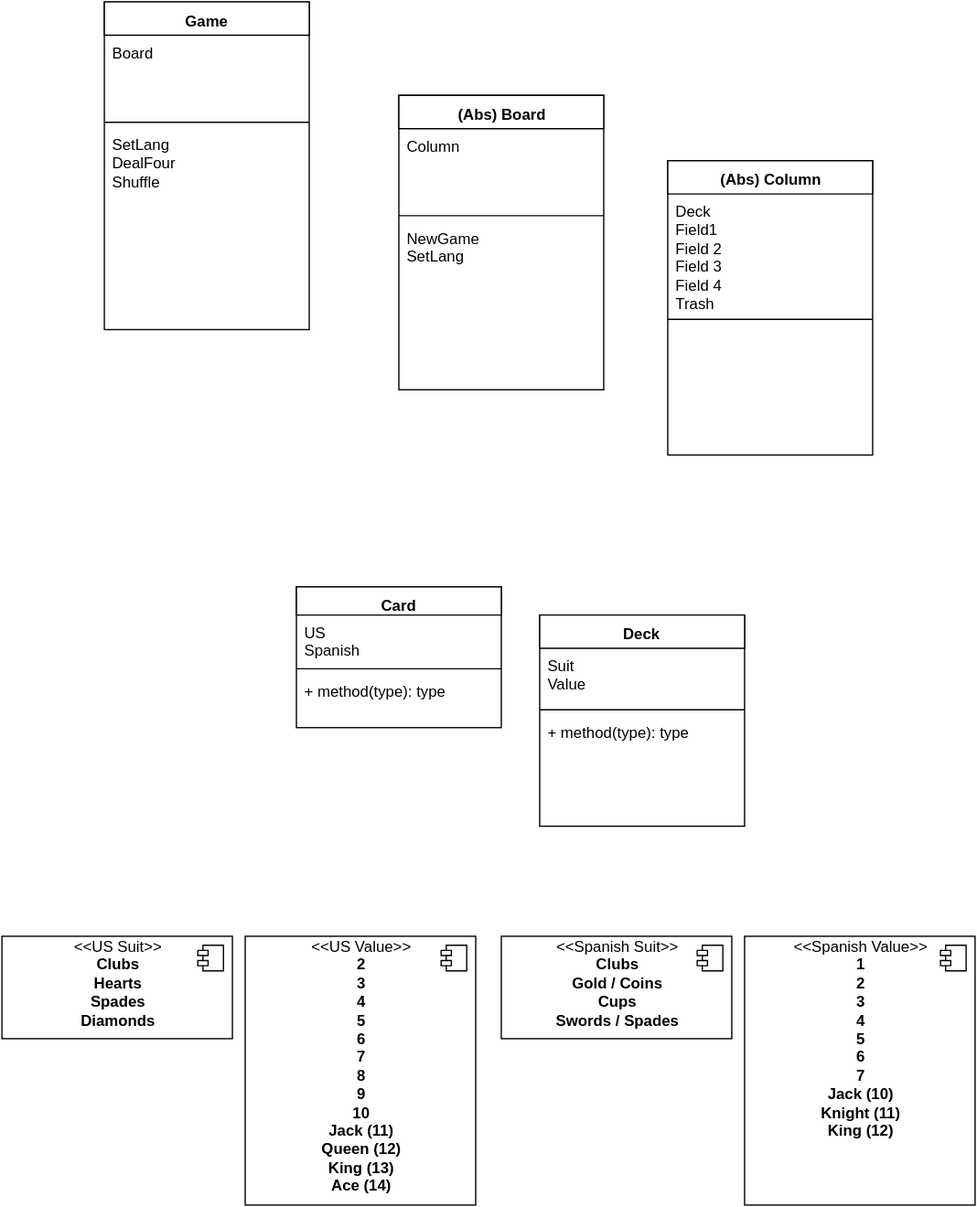
This is UML/UML-AcesUp-Proposed.svg from cs361-W16/Group17-2, a draw.io export, as it was before one commit. Source tidied: cells renumbered, new cells last; positions are measured from the earlier drawing's top-left corner, leaving out a move shared by most shapes.
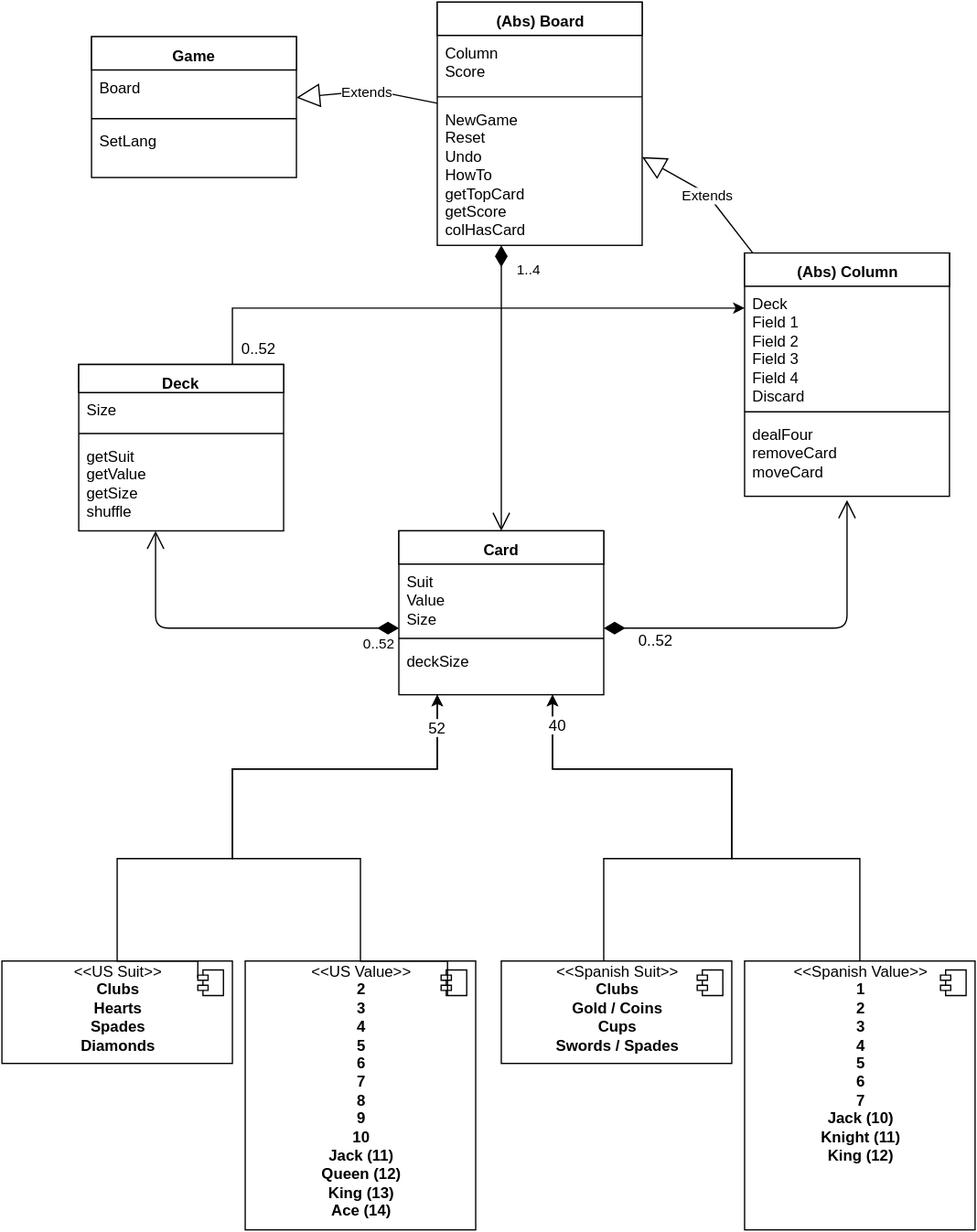
The same diagram one commit later.

Commit message:
I might've went a bit OCD on this.

Change to the diagram source:
```diff
@@ -3,40 +3,52 @@
     <mxCell id="0" />
     <mxCell id="1" parent="0" />
     <mxCell id="2" value="Game" style="swimlane;html=1;fontStyle=1;align=center;verticalAlign=top;horizontal=1;startSize=26;swimlaneFillColor=#ffffff;" parent="1" vertex="1">
-      <mxGeometry x="80" width="160" height="256" as="geometry" />
+      <mxGeometry x="70" y="8" width="160" height="110" as="geometry" />
     </mxCell>
     <mxCell id="3" value="Board" style="text;html=1;strokeColor=none;fillColor=none;align=left;verticalAlign=top;spacingLeft=4;spacingRight=4;whiteSpace=wrap;overflow=hidden;" parent="2" vertex="1">
-      <mxGeometry y="26" width="160" height="64" as="geometry" />
+      <mxGeometry y="26" width="160" height="34" as="geometry" />
     </mxCell>
     <mxCell id="4" style="line;html=1;strokeWidth=1;fillColor=none;align=left;verticalAlign=middle;spacingTop=-1;spacingLeft=3;spacingRight=3;labelPosition=right;" parent="2" vertex="1">
-      <mxGeometry y="90" width="160" height="8" as="geometry" />
+      <mxGeometry y="60" width="160" height="8" as="geometry" />
     </mxCell>
-    <mxCell id="5" value="&lt;div&gt;&lt;span style=&quot;line-height: 1.2&quot;&gt;SetLang&lt;/span&gt;&lt;br&gt;&lt;/div&gt;&lt;div&gt;DealFour&lt;/div&gt;&lt;div&gt;Shuffle&lt;/div&gt;&lt;div&gt;&lt;br&gt;&lt;/div&gt;" style="text;html=1;strokeColor=none;fillColor=none;align=left;verticalAlign=top;spacingLeft=4;spacingRight=4;whiteSpace=wrap;overflow=hidden;" parent="2" vertex="1">
-      <mxGeometry y="98" width="160" height="152" as="geometry" />
+    <mxCell id="5" value="&lt;div&gt;&lt;span style=&quot;line-height: 1.2&quot;&gt;SetLang&lt;/span&gt;&lt;/div&gt;&lt;div&gt;&lt;br&gt;&lt;/div&gt;" style="text;html=1;strokeColor=none;fillColor=none;align=left;verticalAlign=top;spacingLeft=4;spacingRight=4;whiteSpace=wrap;overflow=hidden;" parent="2" vertex="1">
+      <mxGeometry y="68" width="160" height="42" as="geometry" />
     </mxCell>
+    <mxCell id="30" style="edgeStyle=orthogonalEdgeStyle;rounded=0;html=1;exitX=0.75;exitY=0;jettySize=auto;" parent="1" edge="1" source="6" target="26">
+      <mxGeometry relative="1" as="geometry">
+        <Array as="points">
+          <mxPoint x="180" y="220" />
+        </Array>
+      </mxGeometry>
+    </mxCell>
+    <mxCell id="31" value="0..52" style="text;html=1;align=center;verticalAlign=middle;labelBackgroundColor=#ffffff;" parent="30" vertex="1">
+      <mxGeometry x="-0.95" relative="1" as="geometry">
+        <mxPoint x="20" y="-3" as="offset" />
+      </mxGeometry>
+    </mxCell>
-    <mxCell id="6" value="Card" style="swimlane;html=1;fontStyle=1;align=center;verticalAlign=top;horizontal=1;startSize=22;swimlaneFillColor=#ffffff;" parent="1" vertex="1">
-      <mxGeometry x="230" y="457" width="160" height="110" as="geometry" />
+    <mxCell id="6" value="Deck" style="swimlane;html=1;fontStyle=1;align=center;verticalAlign=top;horizontal=1;startSize=22;swimlaneFillColor=#ffffff;" parent="1" vertex="1">
+      <mxGeometry x="60" y="264" width="160" height="130" as="geometry" />
     </mxCell>
-    <mxCell id="7" value="US&lt;div&gt;Spanish&lt;/div&gt;" style="text;html=1;strokeColor=none;fillColor=none;align=left;verticalAlign=top;spacingLeft=4;spacingRight=4;whiteSpace=wrap;overflow=hidden;" parent="6" vertex="1">
-      <mxGeometry y="22" width="160" height="38" as="geometry" />
+    <mxCell id="7" value="Size" style="text;html=1;strokeColor=none;fillColor=none;align=left;verticalAlign=top;spacingLeft=4;spacingRight=4;whiteSpace=wrap;overflow=hidden;" parent="6" vertex="1">
+      <mxGeometry y="22" width="160" height="28" as="geometry" />
     </mxCell>
     <mxCell id="8" style="line;html=1;strokeWidth=1;fillColor=none;align=left;verticalAlign=middle;spacingTop=-1;spacingLeft=3;spacingRight=3;labelPosition=right;" parent="6" vertex="1">
-      <mxGeometry y="60" width="160" height="8" as="geometry" />
+      <mxGeometry y="50" width="160" height="8" as="geometry" />
     </mxCell>
-    <mxCell id="9" value="+ method(type): type" style="text;html=1;strokeColor=none;fillColor=none;align=left;verticalAlign=top;spacingLeft=4;spacingRight=4;whiteSpace=wrap;overflow=hidden;" parent="6" vertex="1">
-      <mxGeometry y="68" width="160" height="20" as="geometry" />
+    <mxCell id="9" value="getSuit&lt;div&gt;getValue&lt;/div&gt;&lt;div&gt;getSize&lt;/div&gt;&lt;div&gt;shuffle&lt;/div&gt;" style="text;html=1;strokeColor=none;fillColor=none;align=left;verticalAlign=top;spacingLeft=4;spacingRight=4;whiteSpace=wrap;overflow=hidden;" parent="6" vertex="1">
+      <mxGeometry y="58" width="160" height="72" as="geometry" />
     </mxCell>
-    <mxCell id="10" value="Deck&lt;br&gt;&lt;br&gt;" style="swimlane;html=1;fontStyle=1;align=center;verticalAlign=top;horizontal=1;startSize=26;swimlaneFillColor=#ffffff;" parent="1" vertex="1">
-      <mxGeometry x="420" y="479" width="160" height="165" as="geometry" />
+    <mxCell id="10" value="Card" style="swimlane;html=1;fontStyle=1;align=center;verticalAlign=top;horizontal=1;startSize=26;swimlaneFillColor=#ffffff;" parent="1" vertex="1">
+      <mxGeometry x="310" y="394" width="160" height="128" as="geometry" />
     </mxCell>
-    <mxCell id="11" value="Suit&lt;div&gt;Value&lt;/div&gt;" style="text;html=1;strokeColor=none;fillColor=none;align=left;verticalAlign=top;spacingLeft=4;spacingRight=4;whiteSpace=wrap;overflow=hidden;points=[[0,0.5],[1,0.5]];portConstraint=eastwest;" parent="10" vertex="1">
-      <mxGeometry y="26" width="160" height="44" as="geometry" />
+    <mxCell id="11" value="Suit&lt;div&gt;Value&lt;/div&gt;&lt;div&gt;Size&lt;/div&gt;" style="text;html=1;strokeColor=none;fillColor=none;align=left;verticalAlign=top;spacingLeft=4;spacingRight=4;whiteSpace=wrap;overflow=hidden;points=[[0,0.5],[1,0.5]];portConstraint=eastwest;" parent="10" vertex="1">
+      <mxGeometry y="26" width="160" height="54" as="geometry" />
     </mxCell>
     <mxCell id="12" style="line;html=1;strokeWidth=1;fillColor=none;align=left;verticalAlign=middle;spacingTop=-1;spacingLeft=3;spacingRight=3;labelPosition=right;" parent="10" vertex="1">
-      <mxGeometry y="70" width="160" height="8" as="geometry" />
+      <mxGeometry y="80" width="160" height="8" as="geometry" />
     </mxCell>
-    <mxCell id="13" value="+ method(type): type" style="text;html=1;strokeColor=none;fillColor=none;align=left;verticalAlign=top;spacingLeft=4;spacingRight=4;whiteSpace=wrap;overflow=hidden;" parent="10" vertex="1">
-      <mxGeometry y="78" width="160" height="26" as="geometry" />
+    <mxCell id="13" value="deckSize" style="text;html=1;strokeColor=none;fillColor=none;align=left;verticalAlign=top;spacingLeft=4;spacingRight=4;whiteSpace=wrap;overflow=hidden;" parent="10" vertex="1">
+      <mxGeometry y="88" width="160" height="40" as="geometry" />
     </mxCell>
     <mxCell id="14" value="&amp;lt;&amp;lt;US Suit&amp;gt;&amp;gt;&lt;div&gt;&lt;b&gt;Clubs&lt;/b&gt;&lt;/div&gt;&lt;div&gt;&lt;b&gt;Hearts&lt;/b&gt;&lt;/div&gt;&lt;div&gt;&lt;b&gt;Spades&lt;/b&gt;&lt;/div&gt;&lt;div&gt;&lt;b&gt;Diamonds&lt;/b&gt;&lt;/div&gt;" style="overflow=fill;html=1;" parent="1" vertex="1">
       <mxGeometry y="730" width="180" height="80" as="geometry" />
@@ -55,17 +67,28 @@
       </mxGeometry>
     </mxCell>
     <mxCell id="18" value="(Abs) Board" style="swimlane;html=1;fontStyle=1;align=center;verticalAlign=top;horizontal=1;startSize=26;swimlaneFillColor=#ffffff;" parent="1" vertex="1">
-      <mxGeometry x="310" y="73" width="160" height="230" as="geometry" />
+      <mxGeometry x="340" y="-19" width="160" height="190" as="geometry" />
     </mxCell>
-    <mxCell id="19" value="&lt;div&gt;Column&lt;/div&gt;" style="text;html=1;strokeColor=none;fillColor=none;align=left;verticalAlign=top;spacingLeft=4;spacingRight=4;whiteSpace=wrap;overflow=hidden;" parent="18" vertex="1">
-      <mxGeometry y="26" width="160" height="64" as="geometry" />
+    <mxCell id="19" value="&lt;div&gt;Column&lt;/div&gt;&lt;div&gt;Score&lt;/div&gt;" style="text;html=1;strokeColor=none;fillColor=none;align=left;verticalAlign=top;spacingLeft=4;spacingRight=4;whiteSpace=wrap;overflow=hidden;" parent="18" vertex="1">
+      <mxGeometry y="26" width="160" height="44" as="geometry" />
     </mxCell>
     <mxCell id="20" style="line;html=1;strokeWidth=1;fillColor=none;align=left;verticalAlign=middle;spacingTop=-1;spacingLeft=3;spacingRight=3;labelPosition=right;" parent="18" vertex="1">
-      <mxGeometry y="90" width="160" height="8" as="geometry" />
+      <mxGeometry y="70" width="160" height="8" as="geometry" />
     </mxCell>
-    <mxCell id="21" value="&lt;span&gt;NewGame&lt;/span&gt;&lt;div&gt;&lt;span&gt;SetLang&lt;/span&gt;&lt;/div&gt;&lt;div&gt;&lt;br&gt;&lt;/div&gt;" style="text;html=1;strokeColor=none;fillColor=none;align=left;verticalAlign=top;spacingLeft=4;spacingRight=4;whiteSpace=wrap;overflow=hidden;points=[[0,0.5],[1,0.5]];portConstraint=eastwest;" parent="18" vertex="1">
-      <mxGeometry y="98" width="160" height="132" as="geometry" />
+    <mxCell id="21" value="&lt;span&gt;NewGame&lt;/span&gt;&lt;div&gt;&lt;div&gt;&lt;span style=&quot;line-height: 1.2&quot;&gt;Reset&lt;/span&gt;&lt;br&gt;&lt;/div&gt;&lt;div&gt;Undo&lt;/div&gt;&lt;/div&gt;&lt;div&gt;HowTo&lt;/div&gt;&lt;div&gt;&lt;div&gt;getTopCard&lt;/div&gt;&lt;/div&gt;&lt;div&gt;getScore&lt;/div&gt;&lt;div&gt;colHasCard&lt;/div&gt;" style="text;html=1;strokeColor=none;fillColor=none;align=left;verticalAlign=top;spacingLeft=4;spacingRight=4;whiteSpace=wrap;overflow=hidden;points=[[0,0.5],[1,0.5]];portConstraint=eastwest;" parent="18" vertex="1">
+      <mxGeometry y="78" width="160" height="112" as="geometry" />
     </mxCell>
+    <mxCell id="32" style="edgeStyle=orthogonalEdgeStyle;rounded=0;html=1;exitX=0;exitY=0.7;jettySize=auto;" parent="1" edge="1" source="23" target="10">
+      <mxGeometry relative="1" as="geometry">
+        <Array as="points">
+          <mxPoint x="470" y="751" />
+          <mxPoint x="470" y="650" />
+          <mxPoint x="570" y="650" />
+          <mxPoint x="570" y="580" />
+          <mxPoint x="430" y="580" />
+        </Array>
+      </mxGeometry>
+    </mxCell>
     <mxCell id="22" value="&amp;lt;&amp;lt;Spanish Suit&amp;gt;&amp;gt;&lt;div&gt;&lt;b&gt;Clubs&lt;/b&gt;&lt;/div&gt;&lt;div&gt;&lt;b&gt;Gold / Coins&lt;/b&gt;&lt;/div&gt;&lt;div&gt;&lt;b&gt;Cups&lt;/b&gt;&lt;/div&gt;&lt;div&gt;&lt;b&gt;Swords / Spades&lt;/b&gt;&lt;/div&gt;" style="overflow=fill;html=1;" parent="1" vertex="1">
       <mxGeometry x="390" y="730" width="180" height="80" as="geometry" />
     </mxCell>
@@ -74,6 +97,20 @@
         <mxPoint x="-27" y="7" as="offset" />
       </mxGeometry>
     </mxCell>
+    <mxCell id="33" style="edgeStyle=orthogonalEdgeStyle;rounded=0;html=1;exitX=0;exitY=0.7;jettySize=auto;" parent="1" edge="1" source="25" target="10">
+      <mxGeometry relative="1" as="geometry">
+        <Array as="points">
+          <mxPoint x="670" y="751" />
+          <mxPoint x="670" y="650" />
+          <mxPoint x="570" y="650" />
+          <mxPoint x="570" y="580" />
+          <mxPoint x="430" y="580" />
+        </Array>
+      </mxGeometry>
+    </mxCell>
+    <mxCell id="34" value="40" style="text;html=1;align=center;verticalAlign=middle;labelBackgroundColor=#ffffff;" parent="33" vertex="1">
+      <mxGeometry x="0.92" y="-3" relative="1" as="geometry" />
+    </mxCell>
     <mxCell id="24" value="&amp;lt;&amp;lt;Spanish Value&amp;gt;&amp;gt;&lt;div&gt;&lt;b&gt;1&lt;/b&gt;&lt;/div&gt;&lt;div&gt;&lt;b&gt;2&lt;/b&gt;&lt;/div&gt;&lt;div&gt;&lt;b&gt;3&lt;/b&gt;&lt;/div&gt;&lt;div&gt;&lt;b&gt;4&lt;/b&gt;&lt;/div&gt;&lt;div&gt;&lt;b&gt;5&lt;/b&gt;&lt;/div&gt;&lt;div&gt;&lt;b&gt;6&lt;/b&gt;&lt;/div&gt;&lt;div&gt;&lt;b&gt;7&lt;/b&gt;&lt;/div&gt;&lt;div&gt;&lt;b&gt;Jack (10)&lt;/b&gt;&lt;/div&gt;&lt;div&gt;&lt;b&gt;Knight (11)&lt;/b&gt;&lt;/div&gt;&lt;div&gt;&lt;b&gt;King (12)&lt;/b&gt;&lt;/div&gt;" style="overflow=fill;html=1;" parent="1" vertex="1">
       <mxGeometry x="580" y="730" width="180" height="210" as="geometry" />
     </mxCell>
@@ -83,16 +120,88 @@
       </mxGeometry>
     </mxCell>
     <mxCell id="26" value="(Abs) Column" style="swimlane;html=1;fontStyle=1;align=center;verticalAlign=top;horizontal=1;startSize=26;swimlaneFillColor=#ffffff;" parent="1" vertex="1">
-      <mxGeometry x="520" y="124" width="160" height="230" as="geometry" />
+      <mxGeometry x="580" y="177" width="160" height="190" as="geometry" />
     </mxCell>
-    <mxCell id="27" value="&lt;div&gt;Deck&lt;/div&gt;&lt;div&gt;Field1&lt;/div&gt;&lt;div&gt;Field 2&lt;/div&gt;&lt;div&gt;Field 3&lt;/div&gt;&lt;div&gt;Field 4&lt;/div&gt;&lt;div&gt;Trash&lt;/div&gt;" style="text;html=1;strokeColor=none;fillColor=none;align=left;verticalAlign=top;spacingLeft=4;spacingRight=4;whiteSpace=wrap;overflow=hidden;" parent="26" vertex="1">
+    <mxCell id="27" value="&lt;div&gt;Deck&lt;/div&gt;&lt;div&gt;Field 1&lt;/div&gt;&lt;div&gt;Field 2&lt;/div&gt;&lt;div&gt;Field 3&lt;/div&gt;&lt;div&gt;Field 4&lt;/div&gt;&lt;div&gt;Discard&lt;/div&gt;" style="text;html=1;strokeColor=none;fillColor=none;align=left;verticalAlign=top;spacingLeft=4;spacingRight=4;whiteSpace=wrap;overflow=hidden;" parent="26" vertex="1">
       <mxGeometry y="26" width="160" height="94" as="geometry" />
     </mxCell>
     <mxCell id="28" style="line;html=1;strokeWidth=1;fillColor=none;align=left;verticalAlign=middle;spacingTop=-1;spacingLeft=3;spacingRight=3;labelPosition=right;" parent="26" vertex="1">
       <mxGeometry y="120" width="160" height="8" as="geometry" />
     </mxCell>
-    <mxCell id="29" value="&lt;div&gt;&lt;br&gt;&lt;/div&gt;&lt;div&gt;&lt;br&gt;&lt;/div&gt;" style="text;html=1;strokeColor=none;fillColor=none;align=left;verticalAlign=top;spacingLeft=4;spacingRight=4;whiteSpace=wrap;overflow=hidden;" parent="26" vertex="1">
-      <mxGeometry y="128" width="160" height="102" as="geometry" />
+    <mxCell id="29" value="&lt;div&gt;dealFour&lt;/div&gt;&lt;div&gt;&lt;span&gt;removeCard&lt;/span&gt;&lt;br&gt;&lt;/div&gt;&lt;div&gt;&lt;span&gt;moveCard&lt;/span&gt;&lt;/div&gt;&lt;div&gt;&lt;br&gt;&lt;/div&gt;" style="text;html=1;strokeColor=none;fillColor=none;align=left;verticalAlign=top;spacingLeft=4;spacingRight=4;whiteSpace=wrap;overflow=hidden;" parent="26" vertex="1">
+      <mxGeometry y="128" width="160" height="62" as="geometry" />
     </mxCell>
+    <mxCell id="35" value="Extends" style="endArrow=block;endSize=16;endFill=0;html=1;" parent="1" edge="1" source="18" target="2">
+      <mxGeometry relative="1" as="geometry">
+        <Array as="points">
+          <mxPoint x="290" y="50" />
+        </Array>
+      </mxGeometry>
+    </mxCell>
+    <mxCell id="36" value="Extends" style="endArrow=block;endSize=16;endFill=0;html=1;entryX=1;entryY=0.384;entryPerimeter=0;" parent="1" edge="1" source="26" target="21">
+      <mxGeometry relative="1" as="geometry">
+        <Array as="points">
+          <mxPoint x="550" y="130" />
+        </Array>
+      </mxGeometry>
+    </mxCell>
+    <mxCell id="37" style="group;" parent="1" vertex="1">
+      <mxGeometry x="90" y="580" width="263" height="150" as="geometry" />
+    </mxCell>
+    <mxCell id="38" style="edgeStyle=orthogonalEdgeStyle;rounded=0;html=1;exitX=0;exitY=0.3;jettySize=auto;" parent="37" edge="1" source="15" target="10">
+      <mxGeometry relative="1" as="geometry">
+        <Array as="points">
+          <mxPoint x="63" y="150" />
+          <mxPoint y="150" />
+          <mxPoint y="70" />
+          <mxPoint x="90" y="70" />
+          <mxPoint x="90" />
+          <mxPoint x="250" />
+        </Array>
+      </mxGeometry>
+    </mxCell>
+    <mxCell id="39" style="edgeStyle=orthogonalEdgeStyle;rounded=0;html=1;exitX=0.25;exitY=1;jettySize=auto;" parent="37" edge="1" source="17" target="10">
+      <mxGeometry relative="1" as="geometry">
+        <Array as="points">
+          <mxPoint x="258" y="150" />
+          <mxPoint x="190" y="150" />
+          <mxPoint x="190" y="70" />
+          <mxPoint x="90" y="70" />
+          <mxPoint x="90" />
+          <mxPoint x="250" />
+        </Array>
+      </mxGeometry>
+    </mxCell>
+    <mxCell id="40" value="52" style="text;html=1;align=center;verticalAlign=middle;labelBackgroundColor=#ffffff;" parent="39" vertex="1">
+      <mxGeometry x="0.91" y="1" relative="1" as="geometry" />
+    </mxCell>
+    <mxCell id="41" value="0..52" style="endArrow=open;html=1;endSize=12;startArrow=diamondThin;startSize=14;startFill=1;edgeStyle=orthogonalEdgeStyle;align=left;verticalAlign=bottom;" parent="1" edge="1" source="10" target="6">
+      <mxGeometry x="-0.77" y="20" relative="1" as="geometry">
+        <Array as="points">
+          <mxPoint x="120" y="470" />
+        </Array>
+      </mxGeometry>
+    </mxCell>
+    <mxCell id="42" value="1..4" style="endArrow=open;html=1;endSize=12;startArrow=diamondThin;startSize=14;startFill=1;edgeStyle=orthogonalEdgeStyle;align=left;verticalAlign=bottom;" parent="1" edge="1" source="18" target="10">
+      <mxGeometry x="-0.76" y="10" relative="1" as="geometry">
+        <Array as="points">
+          <mxPoint x="390" y="250" />
+          <mxPoint x="390" y="250" />
+        </Array>
+      </mxGeometry>
+    </mxCell>
+    <mxCell id="43" style="endArrow=open;html=1;endSize=12;startArrow=diamondThin;startSize=14;startFill=1;edgeStyle=orthogonalEdgeStyle;align=center;verticalAlign=bottom;fontFamily=Helvetica;fontSize=11;fontColor=#000000;strokeColor=#000000;" parent="1" edge="1" source="11">
+      <mxGeometry relative="1" as="geometry">
+        <mxPoint x="660" y="370" as="targetPoint" />
+        <Array as="points">
+          <mxPoint x="660" y="470" />
+        </Array>
+      </mxGeometry>
+    </mxCell>
+    <mxCell id="44" value="0..52" style="text;html=1;align=center;verticalAlign=middle;labelBackgroundColor=#ffffff;" parent="43" vertex="1">
+      <mxGeometry x="-0.87" y="2" relative="1" as="geometry">
+        <mxPoint x="22" y="10" as="offset" />
+      </mxGeometry>
+    </mxCell>
   </root>
 </mxGraphModel>
```
